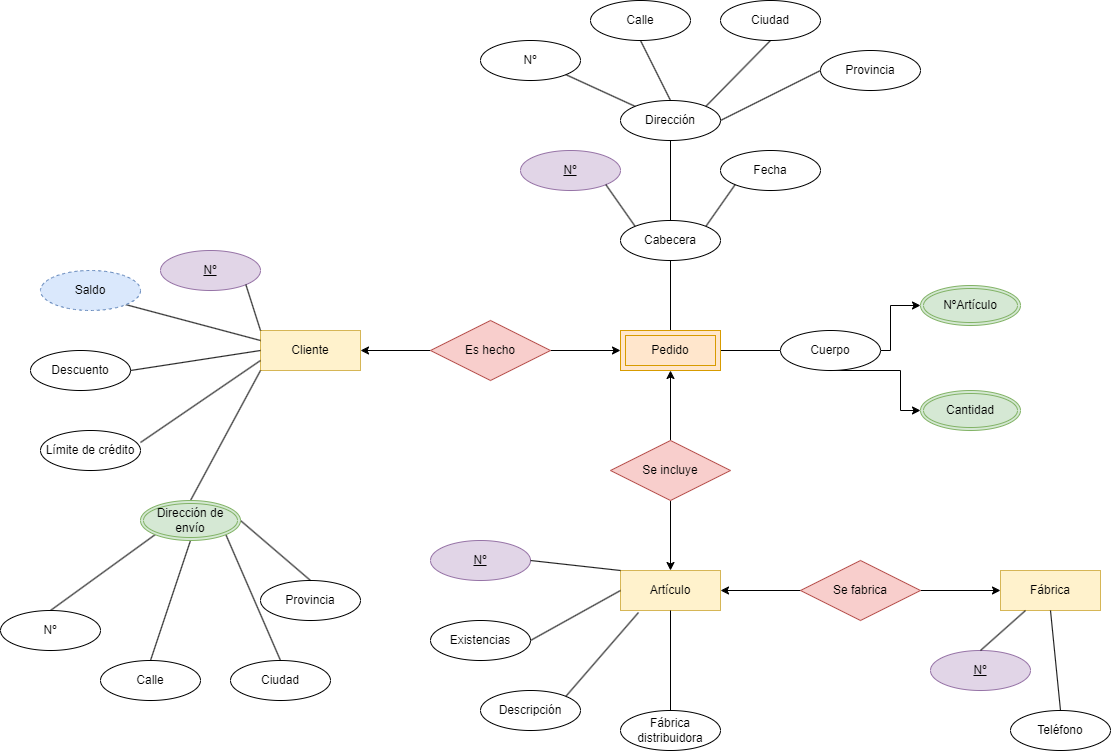
Before: TAREAS/Tarea5/Ejercicio 3/IMG/ER.nº3.PASO4.drawio.png, a diagram exported from draw.io (samugd17/base-datos-bae-). Source tidied: cells renumbered, new cells last; positions are measured from the earlier drawing's top-left corner, leaving out a move shared by most shapes.
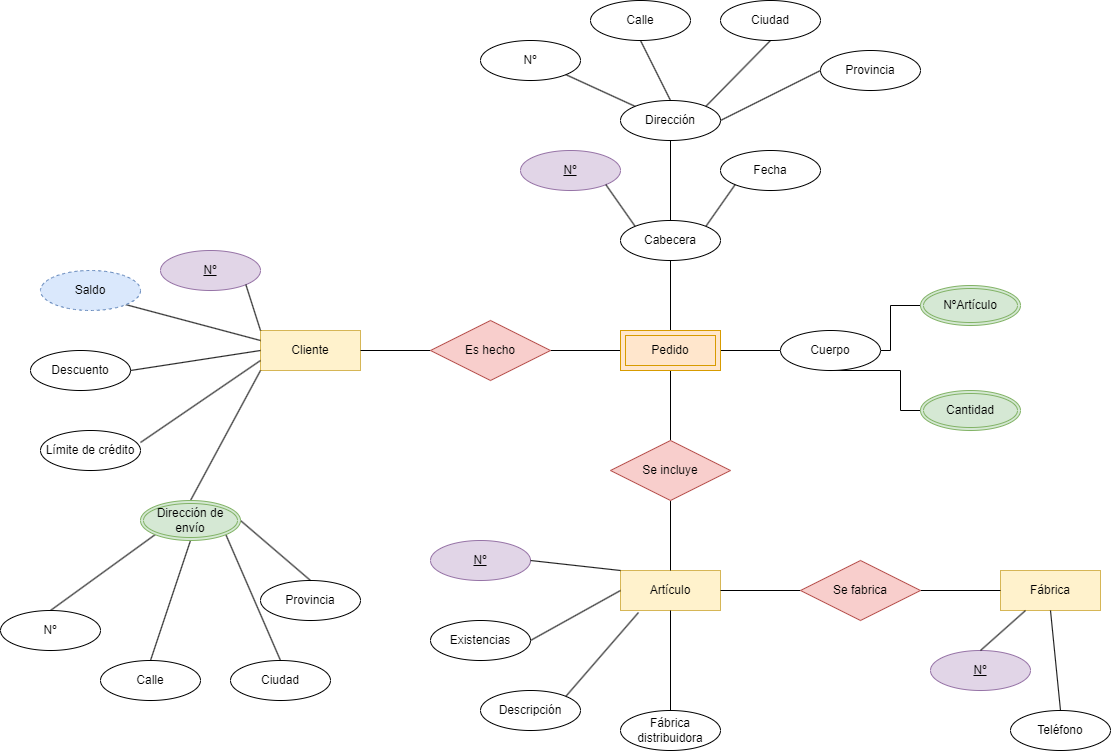
The same file after the commit.

Diff of the diagram source:
```diff
@@ -11,28 +11,28 @@
     <mxCell id="4" value="Fábrica" style="whiteSpace=wrap;html=1;align=center;fillColor=#fff2cc;strokeColor=#d6b656;" parent="1" vertex="1">
       <mxGeometry x="1000" y="570" width="100" height="40" as="geometry" />
     </mxCell>
-    <mxCell id="5" style="edgeStyle=orthogonalEdgeStyle;rounded=0;jettySize=auto;html=1;entryX=0;entryY=0.5;entryDx=0;entryDy=0;" parent="1" edge="1" source="7" target="57">
+    <mxCell id="5" style="edgeStyle=orthogonalEdgeStyle;rounded=0;jettySize=auto;html=1;entryX=0;entryY=0.5;entryDx=0;entryDy=0;endArrow=none;endFill=0;" parent="1" edge="1" source="7" target="57">
       <mxGeometry relative="1" as="geometry" />
     </mxCell>
-    <mxCell id="6" style="edgeStyle=orthogonalEdgeStyle;rounded=0;jettySize=auto;html=1;entryX=1;entryY=0.5;entryDx=0;entryDy=0;" parent="1" edge="1" source="7" target="2">
+    <mxCell id="6" style="edgeStyle=orthogonalEdgeStyle;rounded=0;jettySize=auto;html=1;entryX=1;entryY=0.5;entryDx=0;entryDy=0;endArrow=none;endFill=0;" parent="1" edge="1" source="7" target="2">
       <mxGeometry relative="1" as="geometry" />
     </mxCell>
     <mxCell id="7" value="Es hecho" style="shape=rhombus;perimeter=rhombusPerimeter;whiteSpace=wrap;html=1;align=center;fillColor=#f8cecc;strokeColor=#b85450;" parent="1" vertex="1">
       <mxGeometry x="430" y="320" width="120" height="60" as="geometry" />
     </mxCell>
-    <mxCell id="8" style="edgeStyle=orthogonalEdgeStyle;rounded=0;jettySize=auto;html=1;entryX=0.5;entryY=1;entryDx=0;entryDy=0;" parent="1" edge="1" source="10" target="57">
+    <mxCell id="8" style="edgeStyle=orthogonalEdgeStyle;rounded=0;jettySize=auto;html=1;entryX=0.5;entryY=1;entryDx=0;entryDy=0;endArrow=none;endFill=0;" parent="1" edge="1" source="10" target="57">
       <mxGeometry relative="1" as="geometry" />
     </mxCell>
-    <mxCell id="9" style="edgeStyle=orthogonalEdgeStyle;rounded=0;jettySize=auto;html=1;entryX=0.5;entryY=0;entryDx=0;entryDy=0;" parent="1" edge="1" source="10" target="3">
+    <mxCell id="9" style="edgeStyle=orthogonalEdgeStyle;rounded=0;jettySize=auto;html=1;entryX=0.5;entryY=0;entryDx=0;entryDy=0;endArrow=none;endFill=0;" parent="1" edge="1" source="10" target="3">
       <mxGeometry relative="1" as="geometry" />
     </mxCell>
     <mxCell id="10" value="Se incluye" style="shape=rhombus;perimeter=rhombusPerimeter;whiteSpace=wrap;html=1;align=center;fillColor=#f8cecc;strokeColor=#b85450;" parent="1" vertex="1">
       <mxGeometry x="610" y="440" width="120" height="60" as="geometry" />
     </mxCell>
-    <mxCell id="11" style="edgeStyle=orthogonalEdgeStyle;rounded=0;jettySize=auto;html=1;entryX=0;entryY=0.5;entryDx=0;entryDy=0;" parent="1" edge="1" source="13" target="4">
+    <mxCell id="11" style="edgeStyle=orthogonalEdgeStyle;rounded=0;jettySize=auto;html=1;entryX=0;entryY=0.5;entryDx=0;entryDy=0;endArrow=none;endFill=0;" parent="1" edge="1" source="13" target="4">
       <mxGeometry relative="1" as="geometry" />
     </mxCell>
-    <mxCell id="12" style="edgeStyle=orthogonalEdgeStyle;rounded=0;jettySize=auto;html=1;entryX=1;entryY=0.5;entryDx=0;entryDy=0;" parent="1" edge="1" source="13" target="3">
+    <mxCell id="12" style="edgeStyle=orthogonalEdgeStyle;rounded=0;jettySize=auto;html=1;entryX=1;entryY=0.5;entryDx=0;entryDy=0;endArrow=none;endFill=0;" parent="1" edge="1" source="13" target="3">
       <mxGeometry relative="1" as="geometry" />
     </mxCell>
     <mxCell id="13" value="Se fabrica" style="shape=rhombus;perimeter=rhombusPerimeter;whiteSpace=wrap;html=1;align=center;fillColor=#f8cecc;strokeColor=#b85450;" parent="1" vertex="1">
@@ -149,7 +149,7 @@
     <mxCell id="50" style="endArrow=none;html=1;rounded=0;exitX=0.5;exitY=1;exitDx=0;exitDy=0;entryX=0.5;entryY=0;entryDx=0;entryDy=0;" parent="1" edge="1" source="45" target="54">
       <mxGeometry relative="1" as="geometry" />
     </mxCell>
-    <mxCell id="51" style="edgeStyle=orthogonalEdgeStyle;rounded=0;jettySize=auto;html=1;entryX=0;entryY=0.5;entryDx=0;entryDy=0;" parent="1" edge="1" source="53" target="56">
+    <mxCell id="51" style="edgeStyle=orthogonalEdgeStyle;rounded=0;jettySize=auto;html=1;entryX=0;entryY=0.5;entryDx=0;entryDy=0;endArrow=none;endFill=0;" parent="1" edge="1" source="53" target="56">
       <mxGeometry relative="1" as="geometry">
         <Array as="points">
           <mxPoint x="900" y="370" />
@@ -157,7 +157,7 @@
         </Array>
       </mxGeometry>
     </mxCell>
-    <mxCell id="52" style="edgeStyle=orthogonalEdgeStyle;rounded=0;jettySize=auto;html=1;entryX=0;entryY=0.5;entryDx=0;entryDy=0;" parent="1" edge="1" source="53" target="55">
+    <mxCell id="52" style="edgeStyle=orthogonalEdgeStyle;rounded=0;jettySize=auto;html=1;entryX=0;entryY=0.5;entryDx=0;entryDy=0;endArrow=none;endFill=0;" parent="1" edge="1" source="53" target="55">
       <mxGeometry relative="1" as="geometry">
         <Array as="points">
           <mxPoint x="890" y="350" />
```
